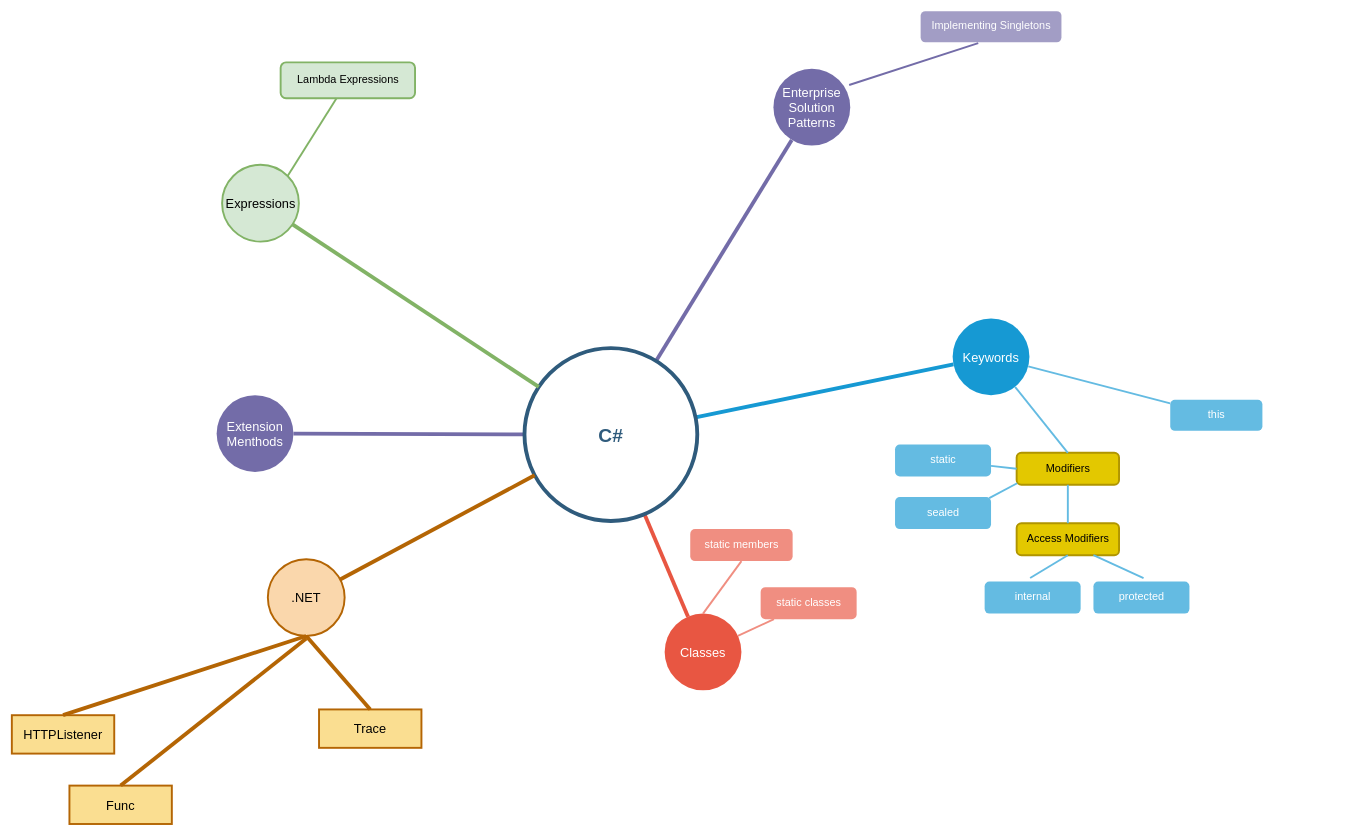
Earlier version of the draw.io diagram CSharp/C#.drawio (muksiddheswar/Mind-Maps). Source tidied: cells renumbered, new cells numbered last; positions are measured from the earlier drawing's top-left corner, leaving out a move shared by most shapes. Both pictures are drawn from the tidied source at 64%, with x=0, y=0 at pixel (12, 11).
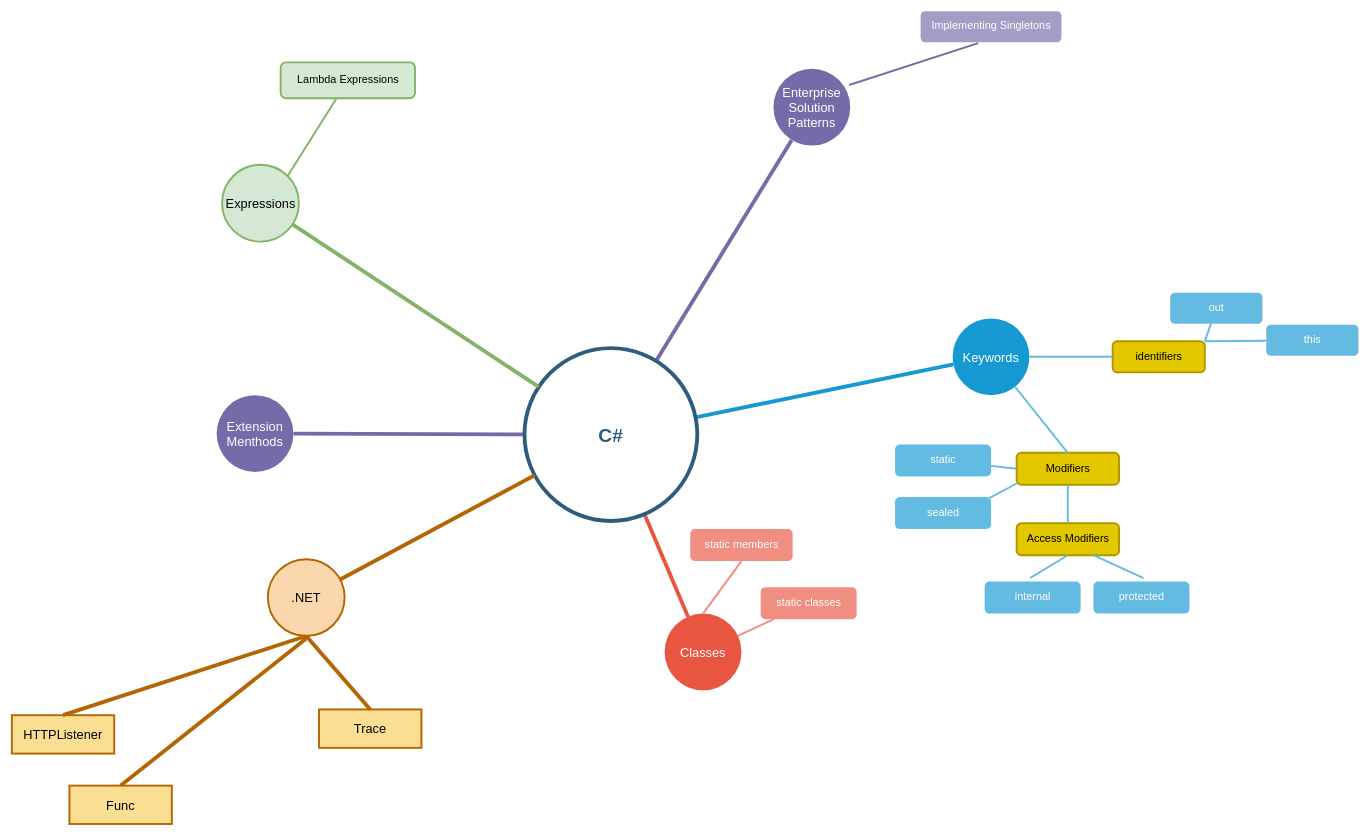
Above is the later version.

Commit message (it also covers changes not shown here):
Add Out keyword reference.

Diff of the diagram source:
```diff
@@
-    <mxCell id="9" value="this" style="rounded=1;fillColor=#64BBE2;strokeColor=none;strokeWidth=3;shadow=0;html=1;fontColor=#FFFFFF;fontSize=17;" parent="1" vertex="1">
-      <mxGeometry x="1810" y="607.2" width="144" height="48.5" as="geometry" />
+    <mxCell id="9" value="identifiers" style="rounded=1;fillColor=#e3c800;strokeColor=#B09500;strokeWidth=3;shadow=0;html=1;fontSize=17;fontColor=#000000;" parent="1" vertex="1">
+      <mxGeometry x="1720" y="515.8" width="144" height="48.5" as="geometry" />
     </mxCell>
@@
+    <mxCell id="43" value="this" style="rounded=1;fillColor=#64BBE2;strokeColor=none;strokeWidth=3;shadow=0;html=1;fontColor=#FFFFFF;fontSize=17;" parent="1" vertex="1">
+      <mxGeometry x="1960" y="490" width="144" height="48.5" as="geometry" />
+    </mxCell>
+    <mxCell id="44" style="edgeStyle=none;endArrow=none;strokeWidth=3;strokeColor=#64BBE2;html=1;exitX=1;exitY=0;exitDx=0;exitDy=0;" parent="1" edge="1" source="9" target="43">
+      <mxGeometry x="-24" y="196.5" as="geometry" />
+    </mxCell>
+    <mxCell id="45" value="out" style="rounded=1;fillColor=#64BBE2;strokeColor=none;strokeWidth=3;shadow=0;html=1;fontColor=#FFFFFF;fontSize=17;" parent="1" vertex="1">
+      <mxGeometry x="1810" y="440" width="144" height="48.5" as="geometry" />
+    </mxCell>
+    <mxCell id="46" style="edgeStyle=none;endArrow=none;strokeWidth=3;strokeColor=#64BBE2;html=1;exitX=1;exitY=0;exitDx=0;exitDy=0;" parent="1" edge="1" source="9" target="45">
+      <mxGeometry x="-24" y="196.5" as="geometry" />
+    </mxCell>
```
